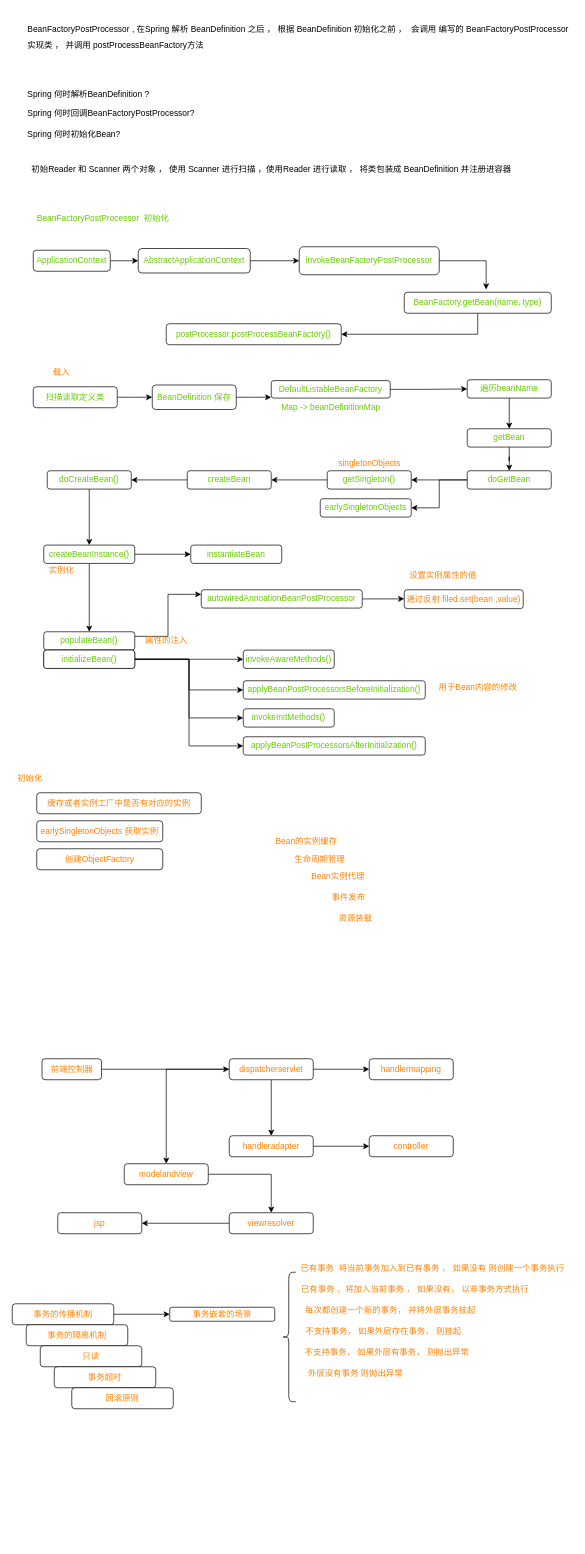
The draw.io diagram page "spring" (2 of 2) of SpringBoot.drawio in topyuluo/photo-project, before the edit. Source tidied: cells renumbered, new cells numbered last; positions are measured from the earlier drawing's top-left corner, leaving out a move shared by most shapes. Both pictures are drawn from the tidied source at 70%, with x=0, y=0 at pixel (12, 22).
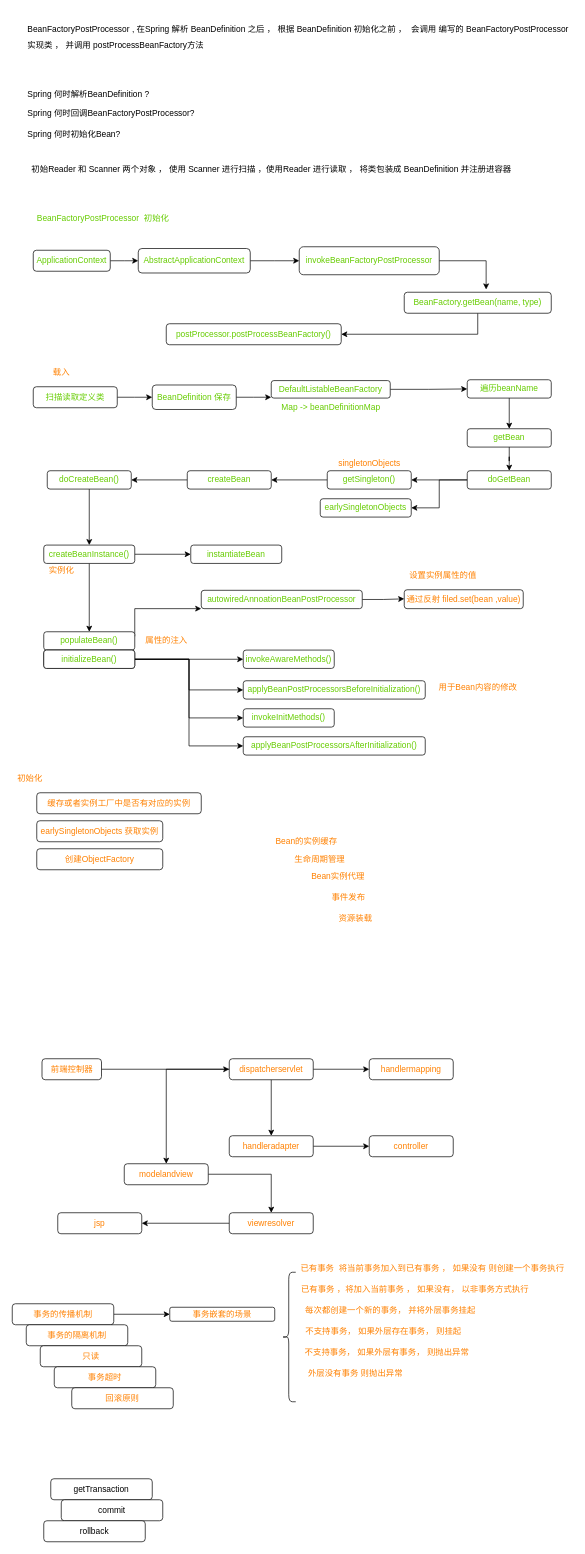
Above is the later version.

The change refers to these unchanged cells:
```xml
<mxCell id="47" value="populateBean()" style="whiteSpace=wrap;html=1;rounded=1;fontColor=#66CC00;" parent="1" vertex="1">
  <mxGeometry x="45" y="870" width="130" height="26.2" as="geometry" />
</mxCell>
```

Diff of the diagram source:
```diff
@@
-    <mxCell id="46" style="edgeStyle=orthogonalEdgeStyle;rounded=0;jettySize=auto;html=1;exitX=1;exitY=0.25;exitDx=0;exitDy=0;fontColor=#FF8000;entryX=0;entryY=0.25;entryDx=0;entryDy=0;" parent="1" edge="1" source="47" target="61">
-      <mxGeometry relative="1" as="geometry" />
+    <mxCell id="46" style="edgeStyle=orthogonalEdgeStyle;rounded=0;jettySize=auto;html=1;exitX=1;exitY=0.25;exitDx=0;exitDy=0;fontColor=#FF8000;entryX=0;entryY=1;entryDx=0;entryDy=0;" parent="1" edge="1" source="47" target="61">
+      <mxGeometry relative="1" as="geometry">
+        <Array as="points">
+          <mxPoint x="175" y="837" />
+        </Array>
+      </mxGeometry>
     </mxCell>
@@
     <mxCell id="61" value="autowiredAnnoationBeanPostProcessor" style="whiteSpace=wrap;html=1;rounded=1;fontColor=#66CC00;" parent="1" vertex="1">
-      <mxGeometry x="270" y="810" width="230" height="26.2" as="geometry" />
+      <mxGeometry x="270" y="810.8" width="230" height="26.2" as="geometry" />
     </mxCell>
@@
+    <mxCell id="99" value="getTransaction" style="rounded=1;whiteSpace=wrap;html=1;" parent="1" vertex="1">
+      <mxGeometry x="55" y="2080" width="145" height="30" as="geometry" />
+    </mxCell>
+    <mxCell id="100" value="commit" style="rounded=1;whiteSpace=wrap;html=1;" parent="1" vertex="1">
+      <mxGeometry x="70" y="2110" width="145" height="30" as="geometry" />
+    </mxCell>
+    <mxCell id="101" value="rollback" style="rounded=1;whiteSpace=wrap;html=1;" parent="1" vertex="1">
+      <mxGeometry x="45" y="2140" width="145" height="30" as="geometry" />
+    </mxCell>
```
